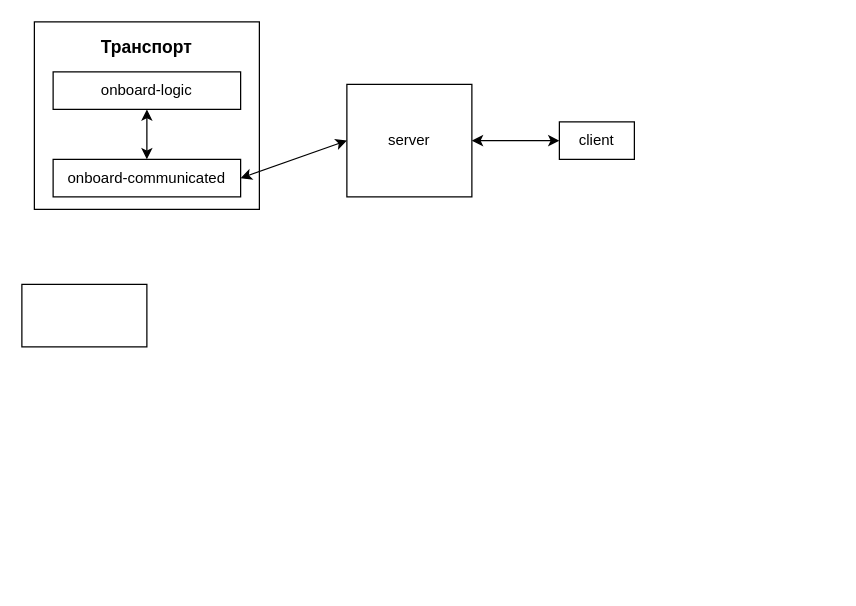
The draw.io diagram ТРанспорт, телеметрия.drawio in GrigoryGriko/astro_checklist, before the edit. Source tidied: cells renumbered, new cells numbered last; positions are measured from the earlier drawing's top-left corner, leaving out a move shared by most shapes. Both pictures are drawn from the tidied source at 125%, with x=0, y=0 at pixel (21, 21).
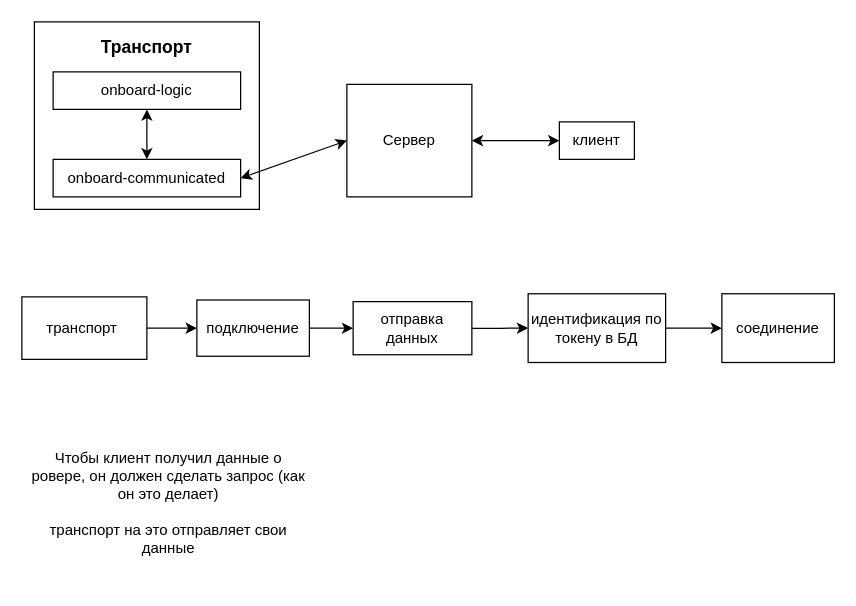
The same page after the edit.

Diff of the diagram source:
```diff
@@
-    <mxCell id="6" value="server" style="rounded=0;whiteSpace=wrap;html=1;" parent="1" vertex="1">
+    <mxCell id="6" value="Сервер" style="rounded=0;whiteSpace=wrap;html=1;" parent="1" vertex="1">
       <mxGeometry x="260" y="50" width="100" height="90" as="geometry" />
     </mxCell>
-    <mxCell id="7" value="client" style="whiteSpace=wrap;html=1;rounded=0;" parent="1" vertex="1">
+    <mxCell id="7" value="клиент" style="whiteSpace=wrap;html=1;rounded=0;" parent="1" vertex="1">
       <mxGeometry x="430" y="80" width="60" height="30" as="geometry" />
     </mxCell>
@@
+    <mxCell id="12" style="edgeStyle=orthogonalEdgeStyle;rounded=0;jettySize=auto;html=1;" parent="1" edge="1" source="10" target="14">
+      <mxGeometry relative="1" as="geometry" />
+    </mxCell>
-    <mxCell id="10" style="rounded=0;whiteSpace=wrap;html=1;" parent="1" vertex="1">
-      <mxGeometry y="210" width="100" height="50" as="geometry" />
+    <mxCell id="10" value="транспорт&amp;nbsp;" style="rounded=0;whiteSpace=wrap;html=1;" parent="1" vertex="1">
+      <mxGeometry y="220" width="100" height="50" as="geometry" />
     </mxCell>
@@
+    <mxCell id="13" style="edgeStyle=orthogonalEdgeStyle;rounded=0;jettySize=auto;html=1;" parent="1" edge="1" source="14" target="16">
+      <mxGeometry relative="1" as="geometry" />
+    </mxCell>
+    <mxCell id="14" value="подключение" style="whiteSpace=wrap;html=1;rounded=0;" parent="1" vertex="1">
+      <mxGeometry x="140" y="222.5" width="90" height="45" as="geometry" />
+    </mxCell>
+    <mxCell id="15" style="edgeStyle=orthogonalEdgeStyle;rounded=0;jettySize=auto;html=1;" parent="1" edge="1" source="16" target="18">
+      <mxGeometry relative="1" as="geometry" />
+    </mxCell>
+    <mxCell id="16" value="отправка данных" style="whiteSpace=wrap;html=1;rounded=0;" parent="1" vertex="1">
+      <mxGeometry x="265" y="223.8" width="95" height="42.5" as="geometry" />
+    </mxCell>
+    <mxCell id="17" style="edgeStyle=orthogonalEdgeStyle;rounded=0;jettySize=auto;html=1;" parent="1" edge="1" source="18" target="19">
+      <mxGeometry relative="1" as="geometry" />
+    </mxCell>
+    <mxCell id="18" value="идентификация по токену в БД" style="whiteSpace=wrap;html=1;rounded=0;" parent="1" vertex="1">
+      <mxGeometry x="405" y="217.5" width="110" height="55" as="geometry" />
+    </mxCell>
+    <mxCell id="19" value="соединение" style="whiteSpace=wrap;html=1;rounded=0;" parent="1" vertex="1">
+      <mxGeometry x="560" y="217.5" width="90" height="55" as="geometry" />
+    </mxCell>
+    <mxCell id="20" value="Чтобы клиент получил данные о ровере, он должен сделать запрос (как он это делает)&lt;div&gt;&lt;br&gt;&lt;/div&gt;&lt;div&gt;транспорт на это отправляет свои данные&lt;/div&gt;" style="text;html=1;align=center;verticalAlign=middle;whiteSpace=wrap;rounded=0;" parent="1" vertex="1">
+      <mxGeometry x="5" y="320" width="225" height="130" as="geometry" />
+    </mxCell>
```
